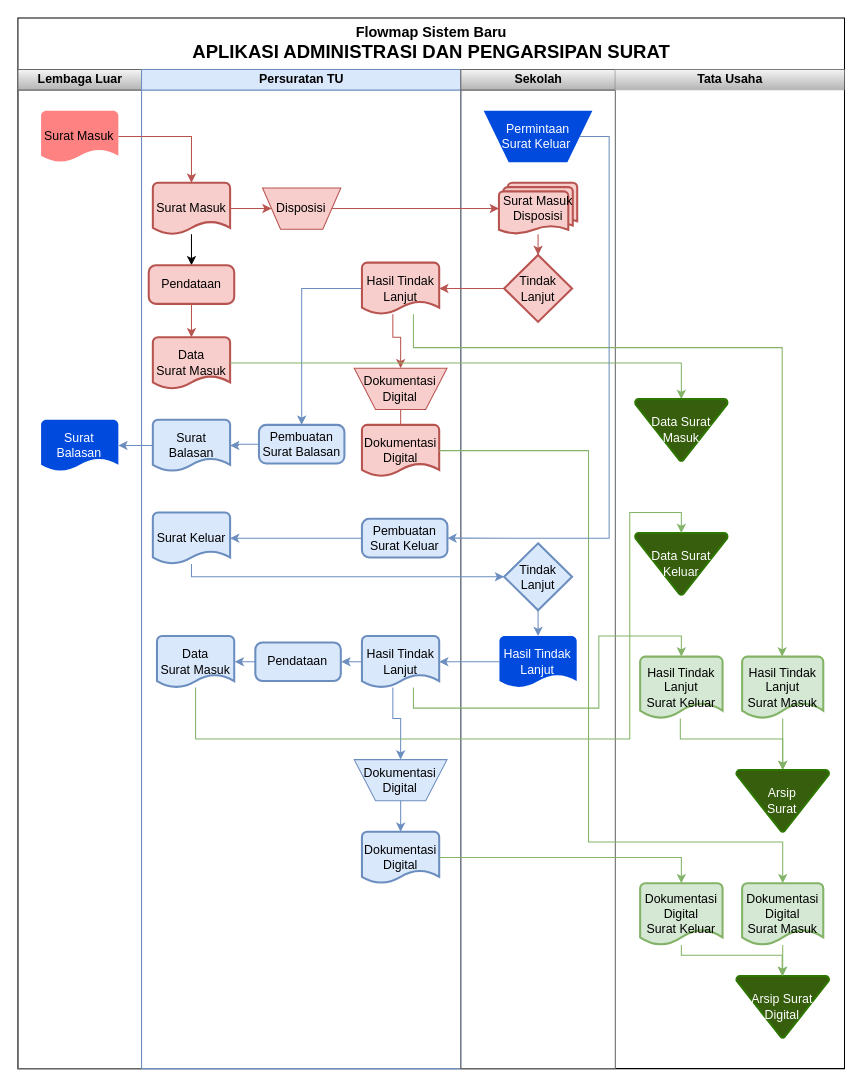
Earlier version of the draw.io diagram projectPlanning/3d. Flowmap Sistem Baru arsip-surat.drawio (chastrofaAidan/apk-arsip-persuratan). Source tidied: cells renumbered, new cells numbered last; positions are measured from the earlier drawing's top-left corner, leaving out a move shared by most shapes. Both pictures are drawn from the tidied source at 103%, with x=0, y=0 at pixel (18, 18).
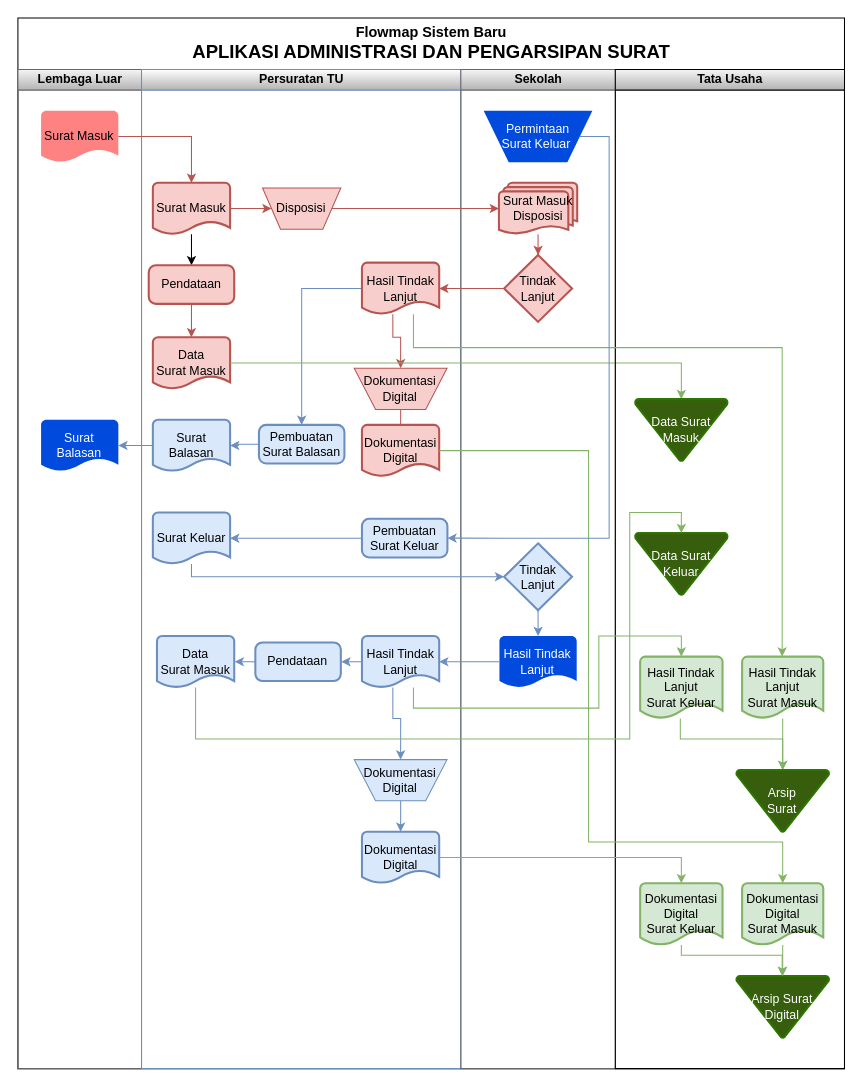
After the change.

The change refers to these unchanged cells:
```xml
<mxCell id="2" value="&lt;span style=&quot;font-size: 14px;&quot;&gt;Flowmap Sistem Baru&lt;/span&gt;&lt;br style=&quot;border-color: var(--border-color); font-weight: 400;&quot;&gt;&lt;b style=&quot;border-color: var(--border-color);&quot;&gt;&lt;font style=&quot;border-color: var(--border-color); font-size: 18px;&quot;&gt;APLIKASI ADMINISTRASI DAN PENGARSIPAN SURAT&lt;/font&gt;&lt;/b&gt;" style="swimlane;startSize=50;html=1;" parent="1" vertex="1">
  <mxGeometry x="-0.1" width="802.5" height="1020" as="geometry" />
</mxCell>
```

Diff of the diagram source:
```diff
@@
-    <mxCell id="6" value="Persuratan TU" style="swimlane;startSize=20;html=1;fillColor=#dae8fc;strokeColor=#6c8ebf;" parent="2" vertex="1">
+    <mxCell id="6" value="Persuratan TU" style="swimlane;startSize=20;html=1;fillColor=default;strokeColor=#6c8ebf;gradientColor=#B3B3B3;" parent="2" vertex="1">
       <mxGeometry x="120" y="50" width="310" height="970" as="geometry" />
     </mxCell>
@@
-    <mxCell id="50" value="Tata Usaha" style="swimlane;startSize=20;html=1;fillColor=#f5f5f5;gradientColor=#b3b3b3;strokeColor=none;" parent="2" vertex="1">
+    <mxCell id="50" value="Tata Usaha" style="swimlane;startSize=20;html=1;fillColor=#f5f5f5;gradientColor=#b3b3b3;strokeColor=default;" parent="2" vertex="1">
       <mxGeometry x="580" y="50" width="222.5" height="970" as="geometry" />
     </mxCell>
```
